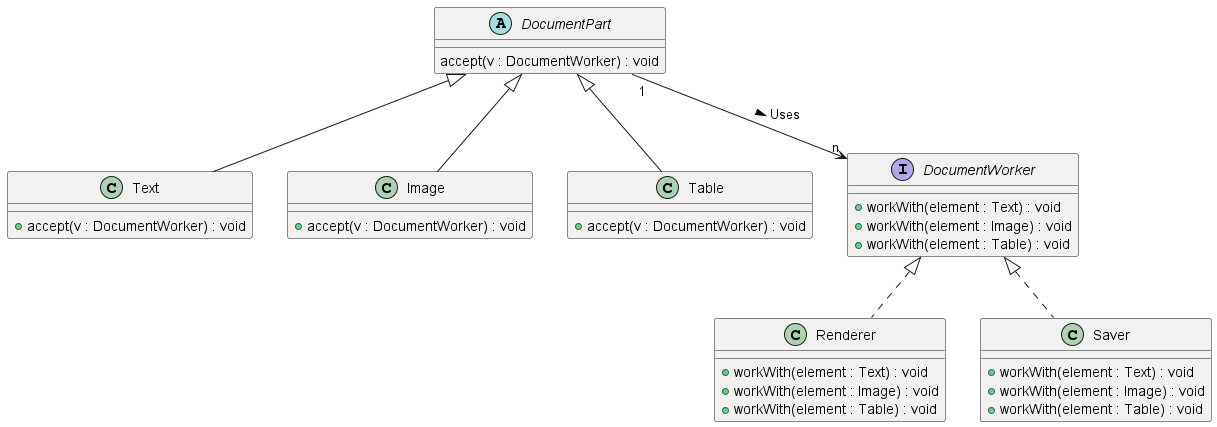
The PlantUML diagram dojo-dungeon/todo-assets/Fragen_Pattern/UML_Klassendiagramm7.png in Dungeon-CampusMinden/Dungeon, before a commit.
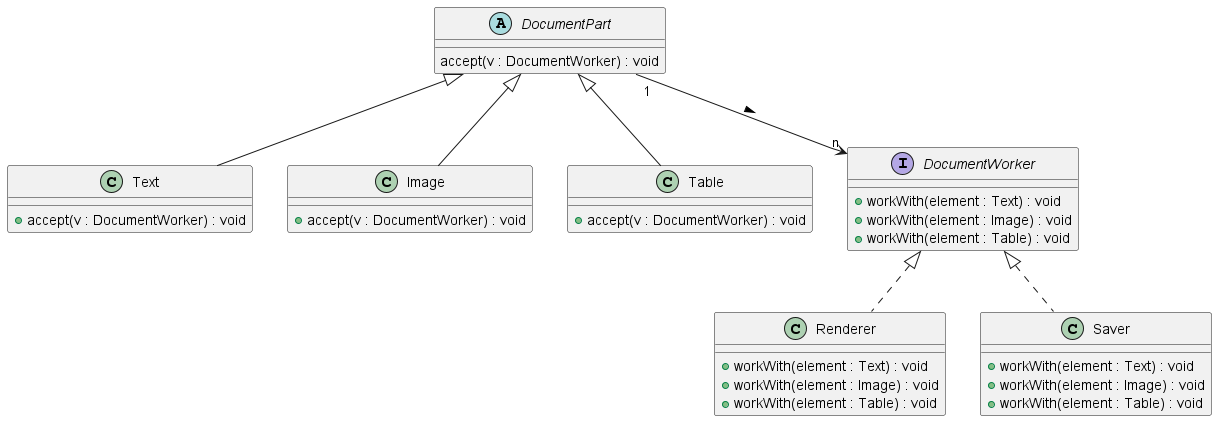
Above is the later version.

What changed in the source:
```diff
@@ -30,5 +30,5 @@
     +workWith(element : Table) : void
 }
 
-DocumentPart "1" --> "n" DocumentWorker : > Uses
+DocumentPart "1" --> "n" DocumentWorker : >
 @enduml
```
